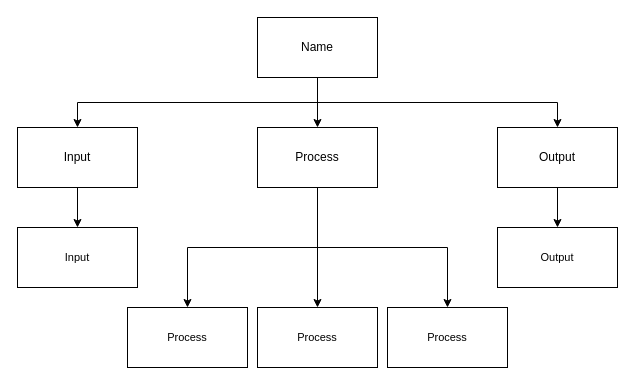
Above: design.drawio in Aleksandr-Ten/ICS3U-Unit3-02 (draw.io), before the change. Source tidied: cells renumbered, new cells numbered last; positions are measured from the earlier drawing's top-left corner, leaving out a move shared by most shapes. Both pictures are drawn from the tidied source at 100%, with x=0, y=0 at pixel (17, 17).
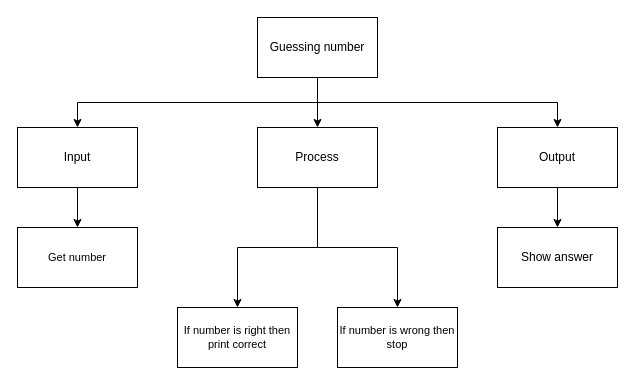
The same page after the edit.

Diff of the diagram source:
```diff
@@
 <mxGraphModel>
   <root>
     <mxCell id="0" />
     <mxCell id="1" parent="0" />
     <mxCell id="2" style="edgeStyle=none;html=1;exitX=0.5;exitY=1;exitDx=0;exitDy=0;entryX=0.5;entryY=0;entryDx=0;entryDy=0;" parent="1" edge="1" source="5" target="9">
       <mxGeometry relative="1" as="geometry" />
     </mxCell>
     <mxCell id="3" style="edgeStyle=orthogonalEdgeStyle;html=1;exitX=0.5;exitY=1;exitDx=0;exitDy=0;entryX=0.5;entryY=0;entryDx=0;entryDy=0;rounded=0;" parent="1" edge="1" source="5" target="11">
       <mxGeometry relative="1" as="geometry" />
     </mxCell>
     <mxCell id="4" style="edgeStyle=orthogonalEdgeStyle;shape=connector;rounded=0;html=1;labelBackgroundColor=default;fontFamily=Helvetica;fontSize=11;fontColor=default;endArrow=classic;strokeColor=default;exitX=0.5;exitY=1;exitDx=0;exitDy=0;" parent="1" edge="1" source="5" target="13">
       <mxGeometry relative="1" as="geometry" />
     </mxCell>
-    <mxCell id="5" value="Name" style="rounded=0;whiteSpace=wrap;html=1;" parent="1" vertex="1">
+    <mxCell id="5" value="Guessing number" style="rounded=0;whiteSpace=wrap;html=1;" parent="1" vertex="1">
       <mxGeometry x="240" width="120" height="60" as="geometry" />
     </mxCell>
     <mxCell id="6" style="edgeStyle=orthogonalEdgeStyle;shape=connector;rounded=0;html=1;labelBackgroundColor=default;fontFamily=Helvetica;fontSize=11;fontColor=default;endArrow=classic;strokeColor=default;" parent="1" edge="1" source="9" target="16">
       <mxGeometry relative="1" as="geometry" />
     </mxCell>
-    <mxCell id="7" style="edgeStyle=orthogonalEdgeStyle;shape=connector;rounded=0;html=1;exitX=0.5;exitY=1;exitDx=0;exitDy=0;labelBackgroundColor=default;fontFamily=Helvetica;fontSize=11;fontColor=default;endArrow=classic;strokeColor=default;" parent="1" edge="1" source="9" target="15">
-      <mxGeometry relative="1" as="geometry" />
-    </mxCell>
     <mxCell id="8" style="edgeStyle=orthogonalEdgeStyle;shape=connector;rounded=0;html=1;exitX=0.5;exitY=1;exitDx=0;exitDy=0;labelBackgroundColor=default;fontFamily=Helvetica;fontSize=11;fontColor=default;endArrow=classic;strokeColor=default;" parent="1" edge="1" source="9" target="17">
       <mxGeometry relative="1" as="geometry" />
     </mxCell>
     <mxCell id="9" value="Process" style="rounded=0;whiteSpace=wrap;html=1;" parent="1" vertex="1">
       <mxGeometry x="240" y="110" width="120" height="60" as="geometry" />
     </mxCell>
     <mxCell id="10" style="edgeStyle=orthogonalEdgeStyle;shape=connector;rounded=0;html=1;exitX=0.5;exitY=1;exitDx=0;exitDy=0;labelBackgroundColor=default;fontFamily=Helvetica;fontSize=11;fontColor=default;endArrow=classic;strokeColor=default;" parent="1" edge="1" source="11" target="14">
       <mxGeometry relative="1" as="geometry" />
     </mxCell>
     <mxCell id="11" value="Input" style="rounded=0;whiteSpace=wrap;html=1;" parent="1" vertex="1">
       <mxGeometry y="110" width="120" height="60" as="geometry" />
     </mxCell>
-    <mxCell id="12" style="edgeStyle=orthogonalEdgeStyle;shape=connector;rounded=0;html=1;labelBackgroundColor=default;fontFamily=Helvetica;fontSize=11;fontColor=default;endArrow=classic;strokeColor=default;" parent="1" edge="1" source="13" target="18">
-      <mxGeometry relative="1" as="geometry" />
-    </mxCell>
+    <mxCell id="19" style="edgeStyle=orthogonalEdgeStyle;html=1;exitX=0.5;exitY=1;exitDx=0;exitDy=0;rounded=0;" parent="1" edge="1" source="13" target="20">
+      <mxGeometry relative="1" as="geometry" />
+    </mxCell>
     <mxCell id="13" value="Output" style="rounded=0;whiteSpace=wrap;html=1;" parent="1" vertex="1">
       <mxGeometry x="480" y="110" width="120" height="60" as="geometry" />
     </mxCell>
-    <mxCell id="14" value="Input" style="rounded=0;whiteSpace=wrap;html=1;fontFamily=Helvetica;fontSize=11;fontColor=default;" parent="1" vertex="1">
+    <mxCell id="14" value="Get number" style="rounded=0;whiteSpace=wrap;html=1;fontFamily=Helvetica;fontSize=11;fontColor=default;" parent="1" vertex="1">
       <mxGeometry y="210" width="120" height="60" as="geometry" />
     </mxCell>
-    <mxCell id="15" value="Process" style="rounded=0;whiteSpace=wrap;html=1;fontFamily=Helvetica;fontSize=11;fontColor=default;" parent="1" vertex="1">
-      <mxGeometry x="110" y="290" width="120" height="60" as="geometry" />
-    </mxCell>
-    <mxCell id="16" value="Process" style="rounded=0;whiteSpace=wrap;html=1;fontFamily=Helvetica;fontSize=11;fontColor=default;" parent="1" vertex="1">
-      <mxGeometry x="240" y="290" width="120" height="60" as="geometry" />
+    <mxCell id="16" value="If number is right then print correct" style="rounded=0;whiteSpace=wrap;html=1;fontFamily=Helvetica;fontSize=11;fontColor=default;" parent="1" vertex="1">
+      <mxGeometry x="160" y="290" width="120" height="60" as="geometry" />
     </mxCell>
-    <mxCell id="17" value="Process" style="rounded=0;whiteSpace=wrap;html=1;fontFamily=Helvetica;fontSize=11;fontColor=default;" parent="1" vertex="1">
-      <mxGeometry x="370" y="290" width="120" height="60" as="geometry" />
+    <mxCell id="17" value="If number is wrong then stop" style="rounded=0;whiteSpace=wrap;html=1;fontFamily=Helvetica;fontSize=11;fontColor=default;" parent="1" vertex="1">
+      <mxGeometry x="320" y="290" width="120" height="60" as="geometry" />
     </mxCell>
-    <mxCell id="18" value="Output" style="rounded=0;whiteSpace=wrap;html=1;fontFamily=Helvetica;fontSize=11;fontColor=default;" parent="1" vertex="1">
-      <mxGeometry x="480" y="210" width="120" height="60" as="geometry" />
-    </mxCell>
+    <mxCell id="20" value="Show answer" style="rounded=0;whiteSpace=wrap;html=1;" parent="1" vertex="1">
+      <mxGeometry x="480" y="210" width="120" height="60" as="geometry" />
+    </mxCell>
   </root>
 </mxGraphModel>
```
